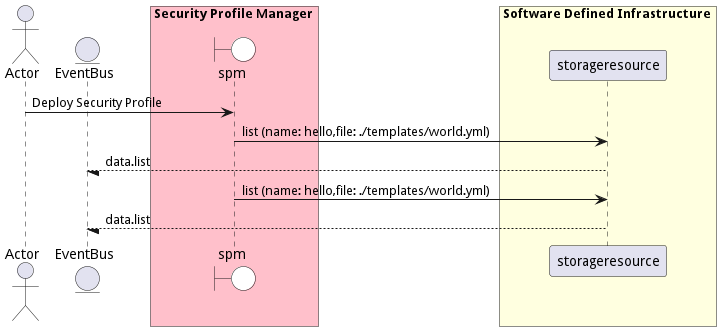
Earlier version of the PlantUML export docs/edgemere/sa/spm/usecases/applysecurityprofiles/DeploySecurityProfile.png (madajaju/edgemere). Its diagram source:
```plantuml
@startuml

actor "Actor"


entity EventBus

box Security Profile Manager #pink
    boundary spm #white
end box


box Software Defined Infrastructure #lightyellow
            participant storageresource
    end box


"Actor" -> spm: Deploy Security Profile

    spm -> "storageresource": list (name: hello,file: ./templates/world.yml)

    "storageresource" --/ EventBus: data.list

    spm -> "storageresource": list (name: hello,file: ./templates/world.yml)

    "storageresource" --/ EventBus: data.list



@enduml
```
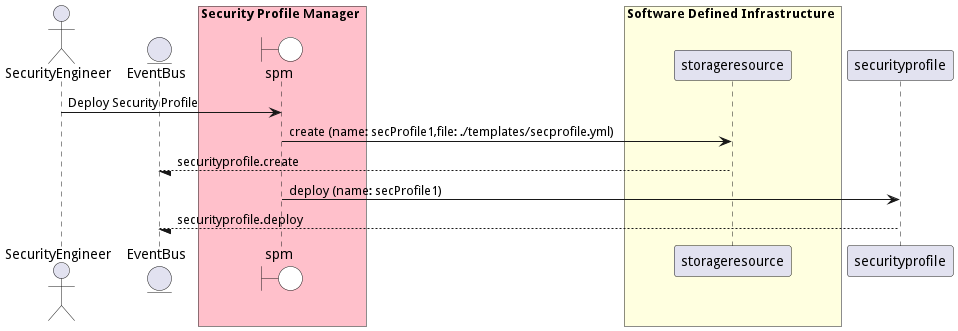
The same diagram one commit later.

The edit, as a diff of the source:
```diff
@@ -1,6 +1,6 @@
 @startuml
 
-actor "Actor"
+actor "SecurityEngineer"
 
 
 entity EventBus
@@ -14,16 +14,19 @@
             participant storageresource
     end box
 
+box Security Profile Manager #pink
+    end box
 
-"Actor" -> spm: Deploy Security Profile
 
-    spm -> "storageresource": list (name: hello,file: ./templates/world.yml)
+"SecurityEngineer" -> spm: Deploy Security Profile
 
-    "storageresource" --/ EventBus: data.list
+    spm -> "storageresource": create (name: secProfile1,file: ./templates/secprofile.yml)
 
-    spm -> "storageresource": list (name: hello,file: ./templates/world.yml)
+    "storageresource" --/ EventBus: securityprofile.create
 
-    "storageresource" --/ EventBus: data.list
+    spm -> "securityprofile": deploy (name: secProfile1)
+
+    "securityprofile" --/ EventBus: securityprofile.deploy
 
 
 
```
